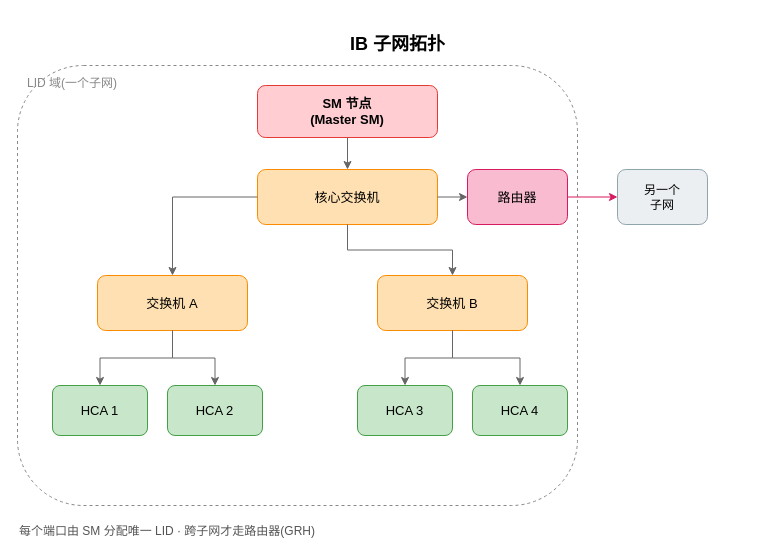
Above: images/21-ib-subnet-topology.drawio in xiaok1051/Articles (draw.io), before the change. Source tidied: cells renumbered, new cells numbered last; positions are measured from the earlier drawing's top-left corner, leaving out a move shared by most shapes. Both pictures are drawn from the tidied source at 100%, with x=0, y=0 at pixel (17, 27).
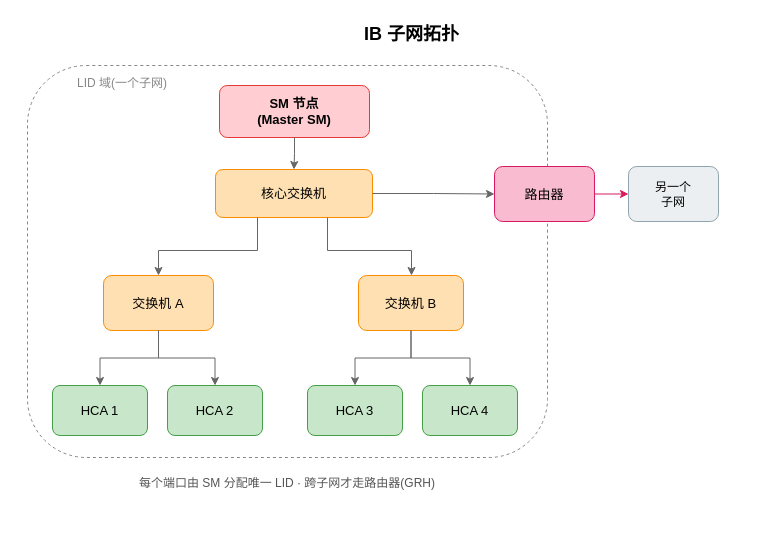
The same diagram, later.

The edit, as a diff of the source:
```diff
@@
     <mxCell id="2" value="IB 子网拓扑" style="text;html=1;fontSize=18;fontStyle=1;align=center;" parent="1" vertex="1">
-      <mxGeometry x="20" width="720" height="32" as="geometry" />
+      <mxGeometry x="159" y="-10" width="470" height="32" as="geometry" />
     </mxCell>
-    <mxCell id="3" value="LID 域(一个子网)" style="rounded=1;whiteSpace=wrap;html=1;fillColor=none;strokeColor=#888888;dashed=1;fontSize=12;verticalAlign=top;align=left;spacingLeft=8;spacingTop=4;fontColor=#888888;" parent="1" vertex="1">
-      <mxGeometry y="38" width="560" height="440" as="geometry" />
+    <mxCell id="3" value="&amp;nbsp; &amp;nbsp; &amp;nbsp; &amp;nbsp; &amp;nbsp; &amp;nbsp; LID 域(一个子网)" style="rounded=1;whiteSpace=wrap;html=1;fillColor=none;strokeColor=#888888;dashed=1;fontSize=12;verticalAlign=top;align=left;spacingLeft=8;spacingTop=4;fontColor=#888888;" parent="1" vertex="1">
+      <mxGeometry x="10" y="38" width="520" height="392" as="geometry" />
     </mxCell>
     <mxCell id="4" value="SM 节点&#10;(Master SM)" style="rounded=1;whiteSpace=wrap;html=1;fillColor=#FFCDD2;strokeColor=#E53935;fontSize=13;fontStyle=1;" parent="1" vertex="1">
-      <mxGeometry x="240" y="58" width="180" height="52" as="geometry" />
+      <mxGeometry x="202" y="58" width="150" height="52" as="geometry" />
     </mxCell>
     <mxCell id="5" value="核心交换机" style="rounded=1;whiteSpace=wrap;html=1;fillColor=#FFE0B2;strokeColor=#FB8C00;fontSize=13;" parent="1" vertex="1">
-      <mxGeometry x="240" y="142" width="180" height="55" as="geometry" />
+      <mxGeometry x="198" y="142" width="157" height="48" as="geometry" />
     </mxCell>
     <mxCell id="6" value="交换机 A" style="rounded=1;whiteSpace=wrap;html=1;fillColor=#FFE0B2;strokeColor=#FB8C00;fontSize=13;" parent="1" vertex="1">
-      <mxGeometry x="80" y="248" width="150" height="55" as="geometry" />
+      <mxGeometry x="86" y="248" width="110" height="55" as="geometry" />
     </mxCell>
     <mxCell id="7" value="交换机 B" style="rounded=1;whiteSpace=wrap;html=1;fillColor=#FFE0B2;strokeColor=#FB8C00;fontSize=13;" parent="1" vertex="1">
-      <mxGeometry x="360" y="248" width="150" height="55" as="geometry" />
+      <mxGeometry x="341" y="248" width="105" height="55" as="geometry" />
     </mxCell>
@@
     <mxCell id="10" value="HCA 3" style="rounded=1;whiteSpace=wrap;html=1;fillColor=#C8E6C9;strokeColor=#43A047;fontSize=13;" parent="1" vertex="1">
-      <mxGeometry x="340" y="358" width="95" height="50" as="geometry" />
+      <mxGeometry x="290" y="358" width="95" height="50" as="geometry" />
     </mxCell>
     <mxCell id="11" value="HCA 4" style="rounded=1;whiteSpace=wrap;html=1;fillColor=#C8E6C9;strokeColor=#43A047;fontSize=13;" parent="1" vertex="1">
-      <mxGeometry x="455" y="358" width="95" height="50" as="geometry" />
+      <mxGeometry x="405" y="358" width="95" height="50" as="geometry" />
     </mxCell>
     <mxCell id="12" value="路由器" style="rounded=1;whiteSpace=wrap;html=1;fillColor=#F8BBD0;strokeColor=#D81B60;fontSize=13;" parent="1" vertex="1">
-      <mxGeometry x="450" y="142" width="100" height="55" as="geometry" />
+      <mxGeometry x="477" y="139" width="100" height="55" as="geometry" />
     </mxCell>
     <mxCell id="13" value="另一个&#10;子网" style="rounded=1;whiteSpace=wrap;html=1;fillColor=#ECEFF1;strokeColor=#90A4AE;fontSize=12;" parent="1" vertex="1">
-      <mxGeometry x="600" y="142" width="90" height="55" as="geometry" />
+      <mxGeometry x="611" y="139" width="90" height="55" as="geometry" />
     </mxCell>
@@
     <mxCell id="15" style="edgeStyle=orthogonalEdgeStyle;rounded=0;html=1;strokeColor=#666666;" parent="1" edge="1" source="5" target="6">
-      <mxGeometry relative="1" as="geometry" />
+      <mxGeometry relative="1" as="geometry">
+        <Array as="points">
+          <mxPoint x="240" y="223" />
+          <mxPoint x="141" y="223" />
+        </Array>
+      </mxGeometry>
     </mxCell>
     <mxCell id="16" style="edgeStyle=orthogonalEdgeStyle;rounded=0;html=1;strokeColor=#666666;" parent="1" edge="1" source="5" target="7">
-      <mxGeometry relative="1" as="geometry" />
+      <mxGeometry relative="1" as="geometry">
+        <Array as="points">
+          <mxPoint x="310" y="223" />
+          <mxPoint x="394" y="223" />
+        </Array>
+      </mxGeometry>
     </mxCell>
@@
     <mxCell id="23" value="每个端口由 SM 分配唯一 LID · 跨子网才走路由器(GRH)" style="text;html=1;fontSize=12;fontColor=#555555;align=left;" parent="1" vertex="1">
-      <mxGeometry y="490" width="680" height="24" as="geometry" />
+      <mxGeometry x="120" y="442" width="360" height="24" as="geometry" />
     </mxCell>
```
